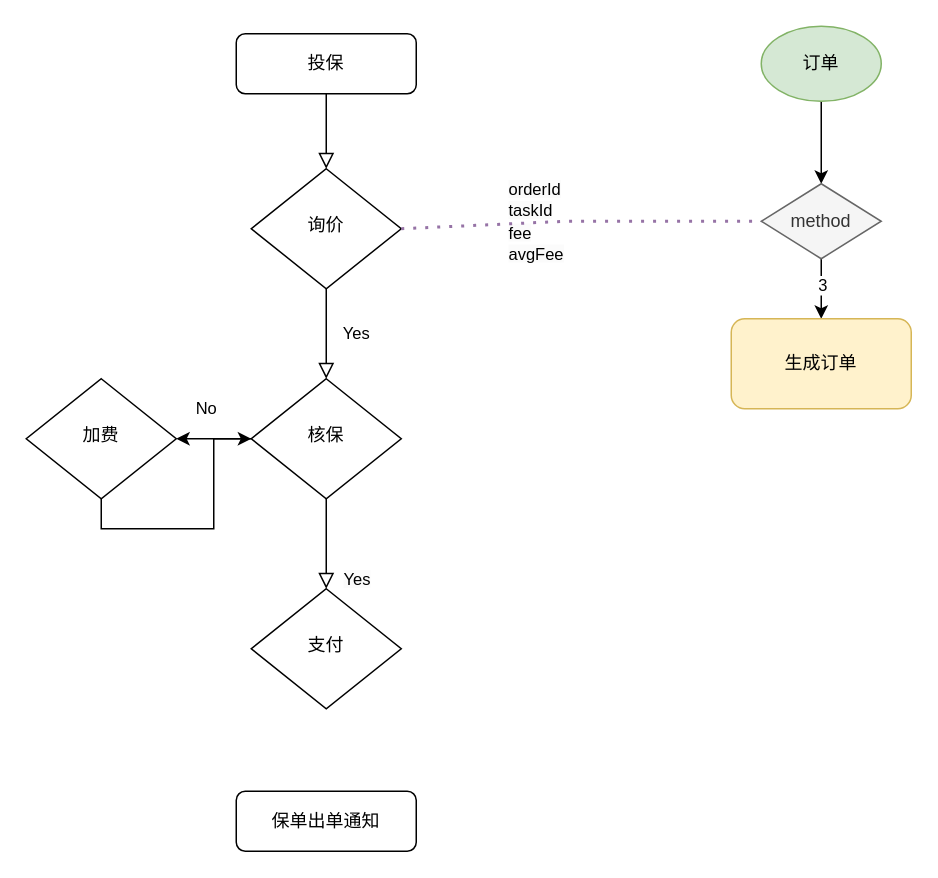
zhanghaiyang1/draw keeps this draw.io diagram as insur/WTS.drawio. Above is the earlier version. Source tidied: cells renumbered, new cells numbered last; positions are measured from the earlier drawing's top-left corner, leaving out a move shared by most shapes. Both pictures are drawn from the tidied source at 150%, with x=0, y=0 at pixel (26, 26).
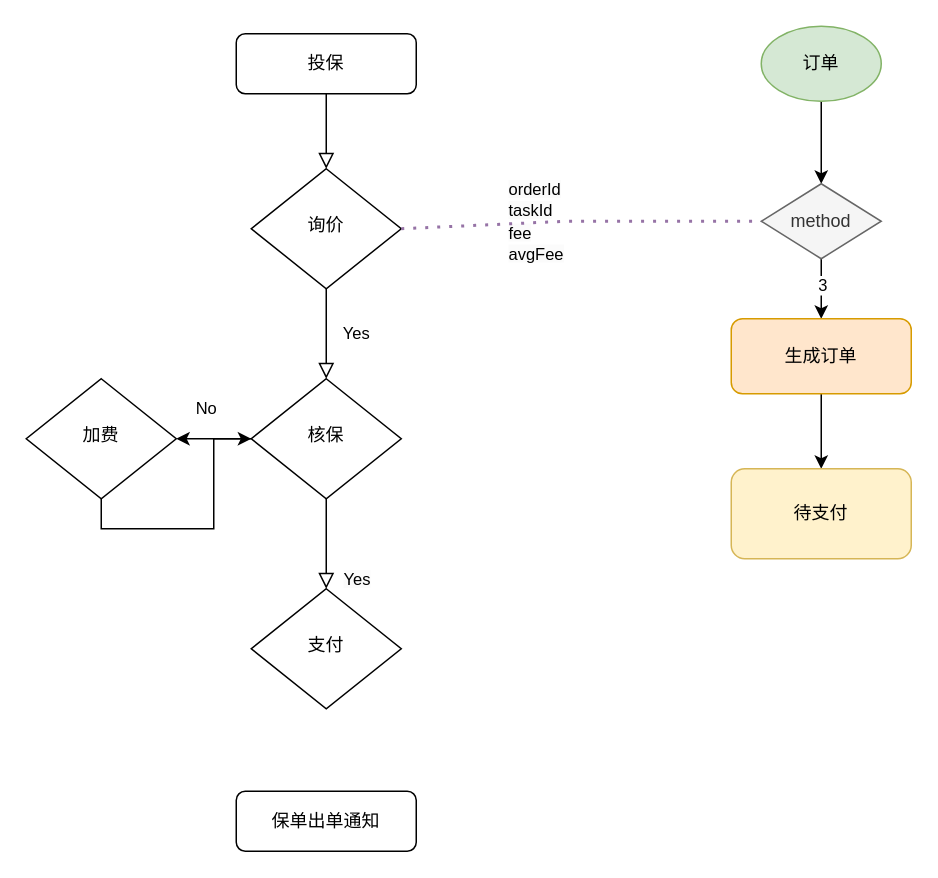
After the change.

What changed in the source:
```diff
@@
+    <mxCell id="22" style="edgeStyle=orthogonalEdgeStyle;rounded=0;jettySize=auto;html=1;exitX=0.5;exitY=1;exitDx=0;exitDy=0;" parent="1" edge="1" source="20" target="23">
+      <mxGeometry relative="1" as="geometry" />
+    </mxCell>
-    <mxCell id="20" value="生成订单" style="rounded=1;whiteSpace=wrap;html=1;fillColor=#fff2cc;strokeColor=#d6b656;" parent="1" vertex="1">
-      <mxGeometry x="470" y="195" width="120" height="60" as="geometry" />
+    <mxCell id="20" value="生成订单" style="rounded=1;whiteSpace=wrap;html=1;fillColor=#ffe6cc;strokeColor=#d79b00;" parent="1" vertex="1">
+      <mxGeometry x="470" y="195" width="120" height="50" as="geometry" />
     </mxCell>
@@
+    <mxCell id="23" value="待支付" style="rounded=1;whiteSpace=wrap;html=1;fillColor=#fff2cc;strokeColor=#d6b656;" parent="1" vertex="1">
+      <mxGeometry x="470" y="295" width="120" height="60" as="geometry" />
+    </mxCell>
```
